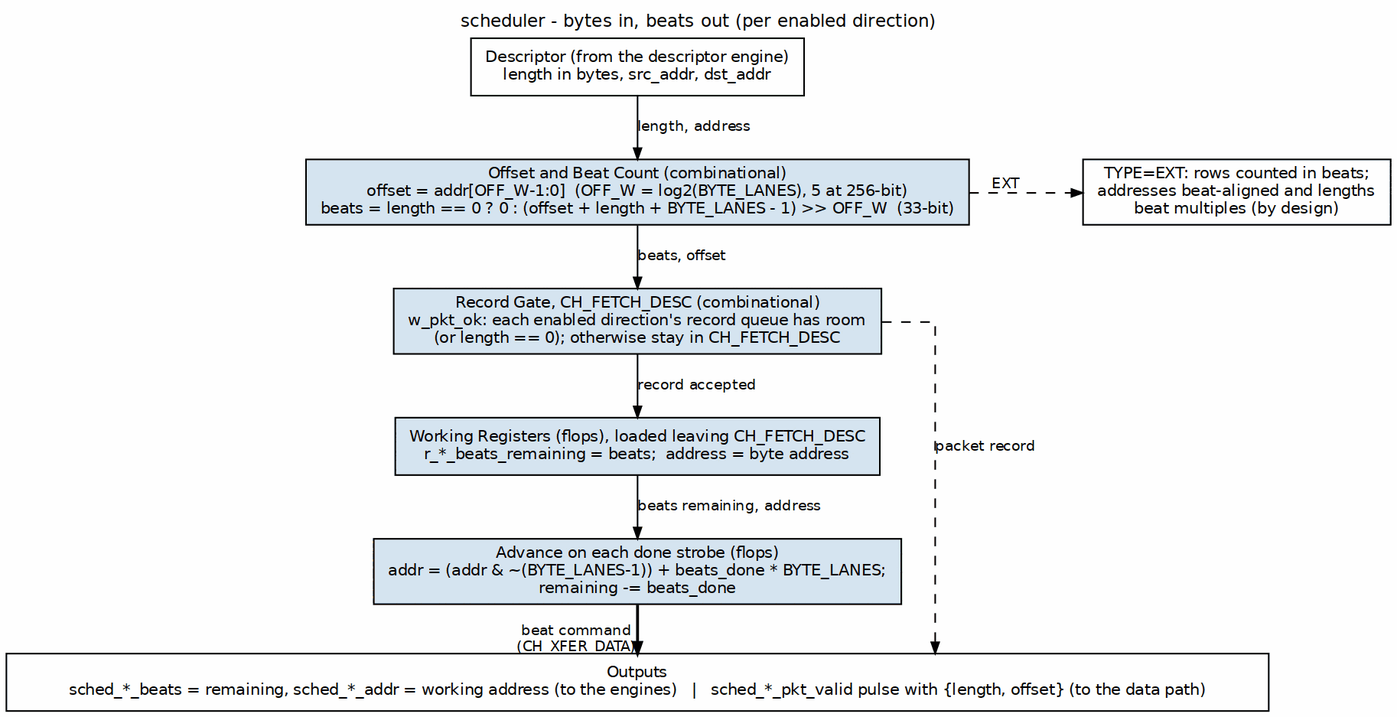
Above: projects/components/dma-ip/rapids/docs/rapids_mas/assets/graphviz/03_scheduler_byte_math.png in sean-galloway/RTLDesignSherpa (Graphviz), before the change. Its source is kept beside it as projects/components/dma-ip/rapids/docs/rapids_mas/assets/graphviz/03_scheduler_byte_math.dot.
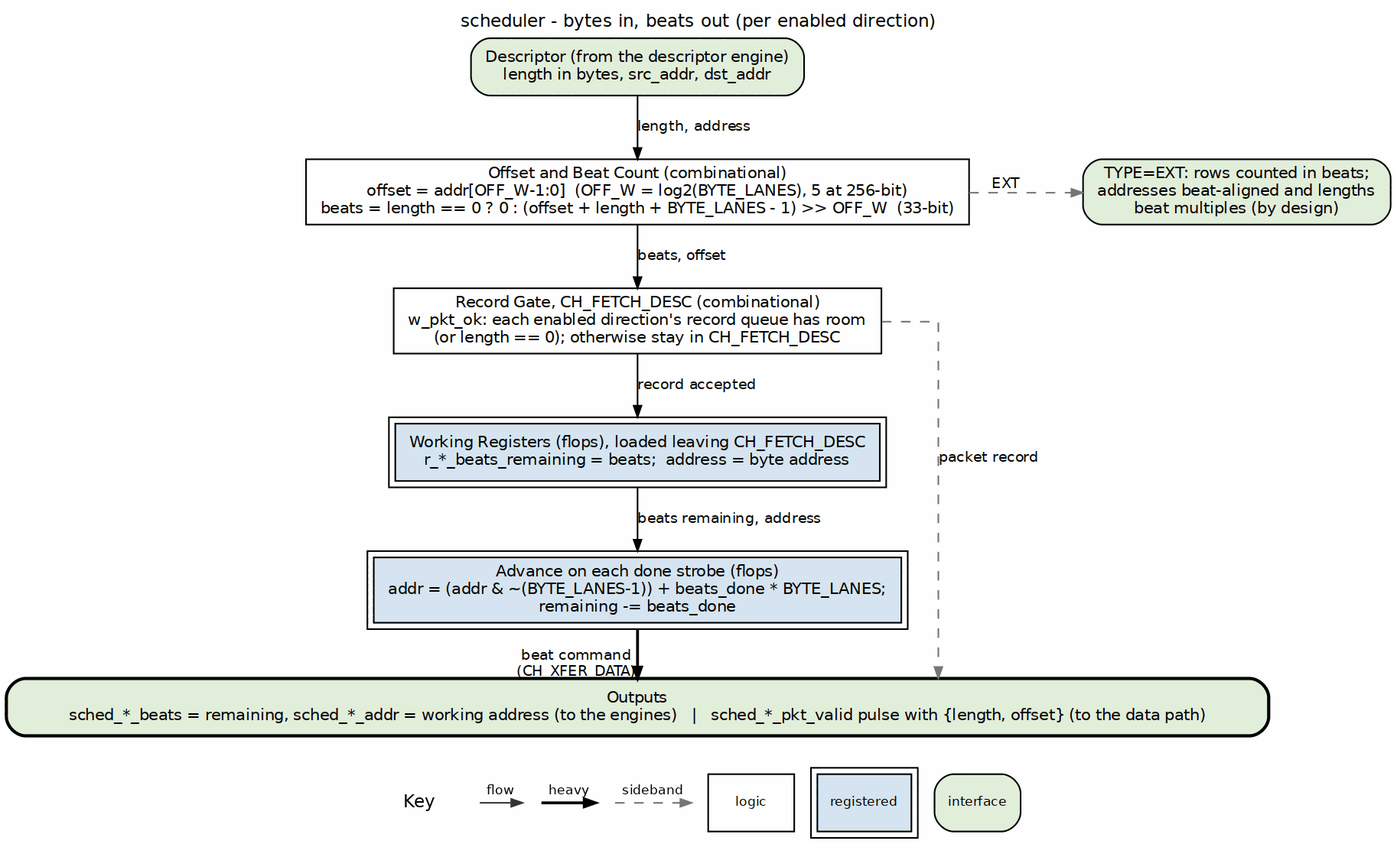
The same diagram one commit later.

What changed in the source:
```diff
@@ -3,23 +3,23 @@
            nodesep="0.50", ranksep="0.40", splines=ortho,
            label="scheduler - bytes in, beats out (per enabled direction)", labelloc=t, labeljust=c];
     node  [fontname="Helvetica", fontsize=10, shape=box, style=filled,
-           fillcolor="#D6E4F0", color="black", margin="0.12,0.06"];
+           fillcolor="white", color="black", margin="0.12,0.06"];
     edge  [fontname="Helvetica", fontsize=9, color="black", arrowsize=0.7];
 
-    in    [label="Descriptor (from the descriptor engine)\nlength in bytes, src_addr, dst_addr", fillcolor="white", group=C];
-    math  [label="Offset and Beat Count (combinational)\noffset = addr[OFF_W-1:0]  (OFF_W = log2(BYTE_LANES), 5 at 256-bit)\nbeats = length == 0 ? 0 : (offset + length + BYTE_LANES - 1) >> OFF_W  (33-bit)", group=C];
-    gate  [label="Record Gate, CH_FETCH_DESC (combinational)\nw_pkt_ok: each enabled direction's record queue has room\n(or length == 0); otherwise stay in CH_FETCH_DESC", group=C];
-    load  [label="Working Registers (flops), loaded leaving CH_FETCH_DESC\nr_*_beats_remaining = beats;  address = byte address", group=C];
-    adv   [label="Advance on each done strobe (flops)\naddr = (addr & ~(BYTE_LANES-1)) + beats_done * BYTE_LANES;\nremaining -= beats_done", group=C];
-    ext   [label="TYPE=EXT: rows counted in beats;\naddresses beat-aligned and lengths\nbeat multiples (by design)", fillcolor="white", group=R];
-    bar   [label="Outputs\nsched_*_beats = remaining, sched_*_addr = working address (to the engines)   |   sched_*_pkt_valid pulse with {length, offset} (to the data path)", fillcolor="white", width=11.0, group=C];
+    in    [label="Descriptor (from the descriptor engine)\nlength in bytes, src_addr, dst_addr", fillcolor="white", group=C, style="rounded,filled", fillcolor="#E2EFDA"];
+    math  [label="Offset and Beat Count (combinational)\noffset = addr[OFF_W-1:0]  (OFF_W = log2(BYTE_LANES), 5 at 256-bit)\nbeats = length == 0 ? 0 : (offset + length + BYTE_LANES - 1) >> OFF_W  (33-bit)", group=C, style="filled", fillcolor="white"];
+    gate  [label="Record Gate, CH_FETCH_DESC (combinational)\nw_pkt_ok: each enabled direction's record queue has room\n(or length == 0); otherwise stay in CH_FETCH_DESC", group=C, style="filled", fillcolor="white"];
+    load  [label="Working Registers (flops), loaded leaving CH_FETCH_DESC\nr_*_beats_remaining = beats;  address = byte address", group=C, peripheries=2, style="filled", fillcolor="#D6E4F0"];
+    adv   [label="Advance on each done strobe (flops)\naddr = (addr & ~(BYTE_LANES-1)) + beats_done * BYTE_LANES;\nremaining -= beats_done", group=C, peripheries=2, style="filled", fillcolor="#D6E4F0"];
+    ext   [label="TYPE=EXT: rows counted in beats;\naddresses beat-aligned and lengths\nbeat multiples (by design)", fillcolor="white", group=R, style="rounded,filled", fillcolor="#E2EFDA"];
+    bar   [label="Outputs\nsched_*_beats = remaining, sched_*_addr = working address (to the engines)   |   sched_*_pkt_valid pulse with {length, offset} (to the data path)", fillcolor="white", width=11.0, group=C, style="rounded,filled,bold", fillcolor="#E2EFDA"];
 
     in   -> math [label="length, address"];
     math -> gate [label="beats, offset"];
     gate -> load [label="record accepted"];
     load -> adv  [label="beats remaining, address"];
     adv  -> bar  [xlabel="beat command\n(CH_XFER_DATA)", penwidth=1.8];
-    gate -> bar  [style=dashed, constraint=false, xlabel="packet record"];
-    math -> ext  [style=dashed, xlabel="EXT"];
+    gate -> bar  [style=dashed, color="#777777", constraint=false, xlabel="packet record"];
+    math -> ext  [style=dashed, color="#777777", xlabel="EXT"];
     { rank=same; math; ext; }
 }
```
